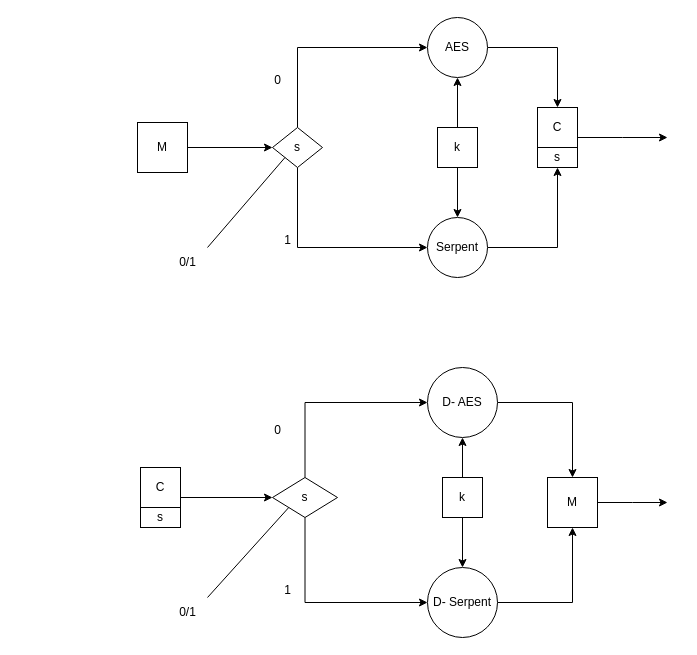
Before: LaTeX Report/Recursos/EncriptaEDesencripta.drawio in MartinhoCaeiro/ProjectSECURE, a draw.io diagram. Source tidied: cells renumbered, new cells numbered last; positions are measured from the earlier drawing's top-left corner, leaving out a move shared by most shapes. Both pictures are drawn from the tidied source at 100%, with x=0, y=0 at pixel (137, 17).
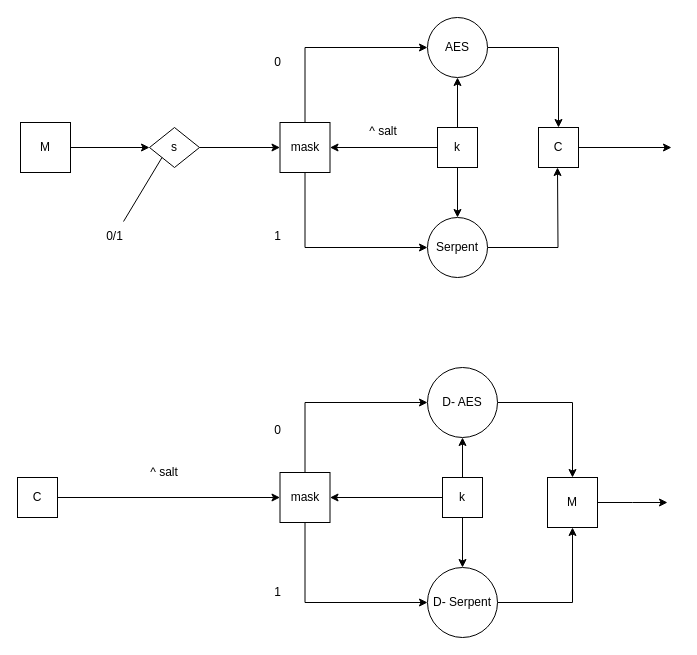
Above is the later version.

Commit message (it also covers changes not shown here):
Atualização do diagrama de Encriptação

Unchanged cells that the change refers to:
```xml
<mxCell id="5" value="AES" style="ellipse;whiteSpace=wrap;html=1;" parent="1" vertex="1">
  <mxGeometry x="290" width="60" height="60" as="geometry" />
</mxCell>
<mxCell id="10" value="Serpent" style="ellipse;whiteSpace=wrap;html=1;" parent="1" vertex="1">
  <mxGeometry x="290" y="200" width="60" height="60" as="geometry" />
</mxCell>
<mxCell id="17" value="k" style="whiteSpace=wrap;html=1;" parent="1" vertex="1">
  <mxGeometry x="300" y="110" width="40" height="40" as="geometry" />
</mxCell>
<mxCell id="24" value="D- AES" style="ellipse;whiteSpace=wrap;html=1;" parent="1" vertex="1">
  <mxGeometry x="290" y="350" width="70" height="70" as="geometry" />
</mxCell>
<mxCell id="29" value="D- Serpent" style="ellipse;whiteSpace=wrap;html=1;" parent="1" vertex="1">
  <mxGeometry x="290" y="550" width="70" height="70" as="geometry" />
</mxCell>
<mxCell id="36" value="k" style="whiteSpace=wrap;html=1;" parent="1" vertex="1">
  <mxGeometry x="305" y="460" width="40" height="40" as="geometry" />
</mxCell>
```

Change to the diagram source:
```diff
@@
     <mxCell id="3" value="M" style="whiteSpace=wrap;html=1;" parent="1" vertex="1">
-      <mxGeometry y="105" width="50" height="50" as="geometry" />
+      <mxGeometry x="-117" y="105" width="50" height="50" as="geometry" />
     </mxCell>
@@
-    <mxCell id="6" style="edgeStyle=orthogonalEdgeStyle;rounded=0;jettySize=auto;html=1;exitX=0.5;exitY=0;exitDx=0;exitDy=0;entryX=0;entryY=0.5;entryDx=0;entryDy=0;" parent="1" edge="1" source="8" target="5">
+    <mxCell id="6" style="edgeStyle=orthogonalEdgeStyle;rounded=0;jettySize=auto;html=1;exitX=0.5;exitY=0;exitDx=0;exitDy=0;entryX=0;entryY=0.5;entryDx=0;entryDy=0;" parent="1" edge="1" source="40" target="5">
       <mxGeometry relative="1" as="geometry" />
     </mxCell>
-    <mxCell id="7" style="edgeStyle=orthogonalEdgeStyle;rounded=0;jettySize=auto;html=1;exitX=0.5;exitY=1;exitDx=0;exitDy=0;entryX=0;entryY=0.5;entryDx=0;entryDy=0;" parent="1" edge="1" source="8" target="10">
+    <mxCell id="7" style="edgeStyle=orthogonalEdgeStyle;rounded=0;jettySize=auto;html=1;exitX=0.5;exitY=1;exitDx=0;exitDy=0;entryX=0;entryY=0.5;entryDx=0;entryDy=0;" parent="1" edge="1" source="40" target="10">
       <mxGeometry relative="1" as="geometry" />
     </mxCell>
     <mxCell id="8" value="s" style="rhombus;whiteSpace=wrap;html=1;" parent="1" vertex="1">
-      <mxGeometry x="135" y="110" width="50" height="40" as="geometry" />
+      <mxGeometry x="12" y="110" width="50" height="40" as="geometry" />
     </mxCell>
-    <mxCell id="9" style="edgeStyle=orthogonalEdgeStyle;rounded=0;jettySize=auto;html=1;exitX=1;exitY=0.5;exitDx=0;exitDy=0;entryX=0.5;entryY=1;entryDx=0;entryDy=0;" parent="1" edge="1" source="10" target="20">
-      <mxGeometry relative="1" as="geometry" />
+    <mxCell id="9" style="edgeStyle=orthogonalEdgeStyle;rounded=0;jettySize=auto;html=1;exitX=1;exitY=0.5;exitDx=0;exitDy=0;entryX=0.5;entryY=1;entryDx=0;entryDy=0;" parent="1" edge="1" source="10">
+      <mxGeometry relative="1" as="geometry">
+        <mxPoint x="420" y="150" as="targetPoint" />
+      </mxGeometry>
     </mxCell>
@@
-    <mxCell id="11" style="endArrow=none;html=1;rounded=0;entryX=0;entryY=1;entryDx=0;entryDy=0;" parent="1" edge="1" target="8">
-      <mxGeometry relative="1" as="geometry">
-        <mxPoint x="70" y="230" as="sourcePoint" />
-      </mxGeometry>
+    <mxCell id="11" style="endArrow=none;html=1;rounded=0;entryX=0;entryY=1;entryDx=0;entryDy=0;" parent="1" edge="1" source="12" target="8">
+      <mxGeometry relative="1" as="geometry" />
     </mxCell>
     <mxCell id="12" value="0/1" style="text;html=1;align=center;verticalAlign=middle;points=[];strokeColor=none;fillColor=none;" parent="1" vertex="1">
-      <mxGeometry x="30" y="230" width="40" height="30" as="geometry" />
+      <mxGeometry x="-43" y="204" width="40" height="30" as="geometry" />
     </mxCell>
     <mxCell id="13" value="0" style="text;html=1;align=center;verticalAlign=middle;strokeColor=none;fillColor=none;" parent="1" vertex="1">
-      <mxGeometry x="125" y="48" width="30" height="30" as="geometry" />
+      <mxGeometry x="125" y="30" width="30" height="30" as="geometry" />
     </mxCell>
     <mxCell id="14" value="1" style="text;html=1;align=center;verticalAlign=middle;strokeColor=none;fillColor=none;" parent="1" vertex="1">
-      <mxGeometry x="135" y="208" width="30" height="30" as="geometry" />
+      <mxGeometry x="125" y="204" width="30" height="30" as="geometry" />
     </mxCell>
@@
-    <mxCell id="18" style="edgeStyle=orthogonalEdgeStyle;rounded=0;jettySize=auto;html=1;exitX=1;exitY=0.75;exitDx=0;exitDy=0;" parent="1" edge="1" source="19">
+    <mxCell id="18" style="edgeStyle=orthogonalEdgeStyle;rounded=0;jettySize=auto;html=1;exitX=1;exitY=0.5;exitDx=0;exitDy=0;" parent="1" edge="1" source="19">
       <mxGeometry relative="1" as="geometry">
-        <mxPoint x="530" y="120" as="targetPoint" />
+        <mxPoint x="534" y="130" as="targetPoint" />
       </mxGeometry>
     </mxCell>
     <mxCell id="19" value="C" style="whiteSpace=wrap;html=1;" parent="1" vertex="1">
-      <mxGeometry x="400" y="90" width="40" height="40" as="geometry" />
+      <mxGeometry x="401" y="110" width="40" height="40" as="geometry" />
     </mxCell>
-    <mxCell id="20" value="s" style="rounded=0;whiteSpace=wrap;html=1;" parent="1" vertex="1">
-      <mxGeometry x="400" y="130" width="40" height="20" as="geometry" />
-    </mxCell>
@@
-    <mxCell id="25" style="edgeStyle=orthogonalEdgeStyle;rounded=0;jettySize=auto;html=1;exitX=0.5;exitY=0;exitDx=0;exitDy=0;entryX=0;entryY=0.5;entryDx=0;entryDy=0;" parent="1" edge="1" source="27" target="24">
+    <mxCell id="25" style="edgeStyle=orthogonalEdgeStyle;rounded=0;jettySize=auto;html=1;exitX=0.5;exitY=0;exitDx=0;exitDy=0;entryX=0;entryY=0.5;entryDx=0;entryDy=0;" parent="1" edge="1" source="46" target="24">
       <mxGeometry relative="1" as="geometry" />
     </mxCell>
-    <mxCell id="26" style="edgeStyle=orthogonalEdgeStyle;rounded=0;jettySize=auto;html=1;exitX=0.5;exitY=1;exitDx=0;exitDy=0;entryX=0;entryY=0.5;entryDx=0;entryDy=0;" parent="1" edge="1" source="27" target="29">
+    <mxCell id="26" style="edgeStyle=orthogonalEdgeStyle;rounded=0;jettySize=auto;html=1;exitX=0.5;exitY=1;exitDx=0;exitDy=0;entryX=0;entryY=0.5;entryDx=0;entryDy=0;" parent="1" edge="1" source="46" target="29">
       <mxGeometry relative="1" as="geometry" />
     </mxCell>
-    <mxCell id="27" value="s" style="rhombus;whiteSpace=wrap;html=1;" parent="1" vertex="1">
-      <mxGeometry x="135" y="460" width="65" height="40" as="geometry" />
-    </mxCell>
@@
-    <mxCell id="30" style="endArrow=none;html=1;rounded=0;entryX=0;entryY=1;entryDx=0;entryDy=0;" parent="1" edge="1" target="27">
-      <mxGeometry relative="1" as="geometry">
-        <mxPoint x="70" y="580" as="sourcePoint" />
-      </mxGeometry>
-    </mxCell>
-    <mxCell id="31" value="0/1" style="text;html=1;align=center;verticalAlign=middle;strokeColor=none;fillColor=none;" parent="1" vertex="1">
-      <mxGeometry x="30" y="580" width="40" height="30" as="geometry" />
-    </mxCell>
@@
     <mxCell id="33" value="1" style="text;html=1;align=center;verticalAlign=middle;strokeColor=none;fillColor=none;" parent="1" vertex="1">
-      <mxGeometry x="135" y="558" width="30" height="30" as="geometry" />
+      <mxGeometry x="125" y="560" width="30" height="30" as="geometry" />
     </mxCell>
@@
     <mxCell id="37" value="C" style="whiteSpace=wrap;html=1;" parent="1" vertex="1">
-      <mxGeometry x="3" y="450" width="40" height="40" as="geometry" />
+      <mxGeometry x="-120" y="460" width="40" height="40" as="geometry" />
     </mxCell>
-    <mxCell id="38" style="edgeStyle=orthogonalEdgeStyle;rounded=0;jettySize=auto;html=1;exitX=1;exitY=0;exitDx=0;exitDy=0;entryX=0;entryY=0.5;entryDx=0;entryDy=0;" parent="1" edge="1" source="39" target="27">
-      <mxGeometry relative="1" as="geometry">
-        <Array as="points">
-          <mxPoint x="43" y="480" />
-        </Array>
-      </mxGeometry>
-    </mxCell>
-    <mxCell id="39" value="s" style="rounded=0;whiteSpace=wrap;html=1;" parent="1" vertex="1">
-      <mxGeometry x="3" y="490" width="40" height="20" as="geometry" />
-    </mxCell>
+    <mxCell id="40" style="whiteSpace=wrap;html=1;" parent="1" vertex="1">
+      <mxGeometry x="142.5" y="105" width="50" height="50" as="geometry" />
+    </mxCell>
+    <mxCell id="41" style="endArrow=classic;html=1;rounded=0;exitX=1;exitY=0.5;exitDx=0;exitDy=0;entryX=0;entryY=0.5;entryDx=0;entryDy=0;" parent="1" edge="1" source="8" target="40">
+      <mxGeometry relative="1" as="geometry" />
+    </mxCell>
+    <mxCell id="42" value="^ salt" style="text;html=1;align=center;verticalAlign=middle;whiteSpace=wrap;rounded=0;" parent="1" vertex="1">
+      <mxGeometry x="216" y="99" width="60" height="30" as="geometry" />
+    </mxCell>
+    <mxCell id="43" style="endArrow=classic;html=1;rounded=0;exitX=0;exitY=0.5;exitDx=0;exitDy=0;entryX=1;entryY=0.5;entryDx=0;entryDy=0;" parent="1" edge="1" source="17" target="40">
+      <mxGeometry relative="1" as="geometry" />
+    </mxCell>
+    <mxCell id="44" value="mask" style="text;html=1;align=center;verticalAlign=middle;whiteSpace=wrap;rounded=0;" parent="1" vertex="1">
+      <mxGeometry x="137.5" y="115" width="60" height="30" as="geometry" />
+    </mxCell>
+    <mxCell id="45" style="endArrow=classic;html=1;rounded=0;exitX=1;exitY=0.5;exitDx=0;exitDy=0;entryX=0;entryY=0.5;entryDx=0;entryDy=0;" parent="1" edge="1" source="37" target="46">
+      <mxGeometry relative="1" as="geometry" />
+    </mxCell>
+    <mxCell id="46" style="whiteSpace=wrap;html=1;" parent="1" vertex="1">
+      <mxGeometry x="142.5" y="455" width="50" height="50" as="geometry" />
+    </mxCell>
+    <mxCell id="47" value="mask" style="text;html=1;align=center;verticalAlign=middle;whiteSpace=wrap;rounded=0;" parent="1" vertex="1">
+      <mxGeometry x="137.5" y="465" width="60" height="30" as="geometry" />
+    </mxCell>
+    <mxCell id="48" style="endArrow=classic;html=1;rounded=0;exitX=0;exitY=0.5;exitDx=0;exitDy=0;entryX=1;entryY=0.5;entryDx=0;entryDy=0;" parent="1" edge="1" source="36" target="46">
+      <mxGeometry relative="1" as="geometry" />
+    </mxCell>
+    <mxCell id="49" value="^ salt" style="text;html=1;align=center;verticalAlign=middle;whiteSpace=wrap;rounded=0;" parent="1" vertex="1">
+      <mxGeometry x="-3" y="440" width="60" height="30" as="geometry" />
+    </mxCell>
```
